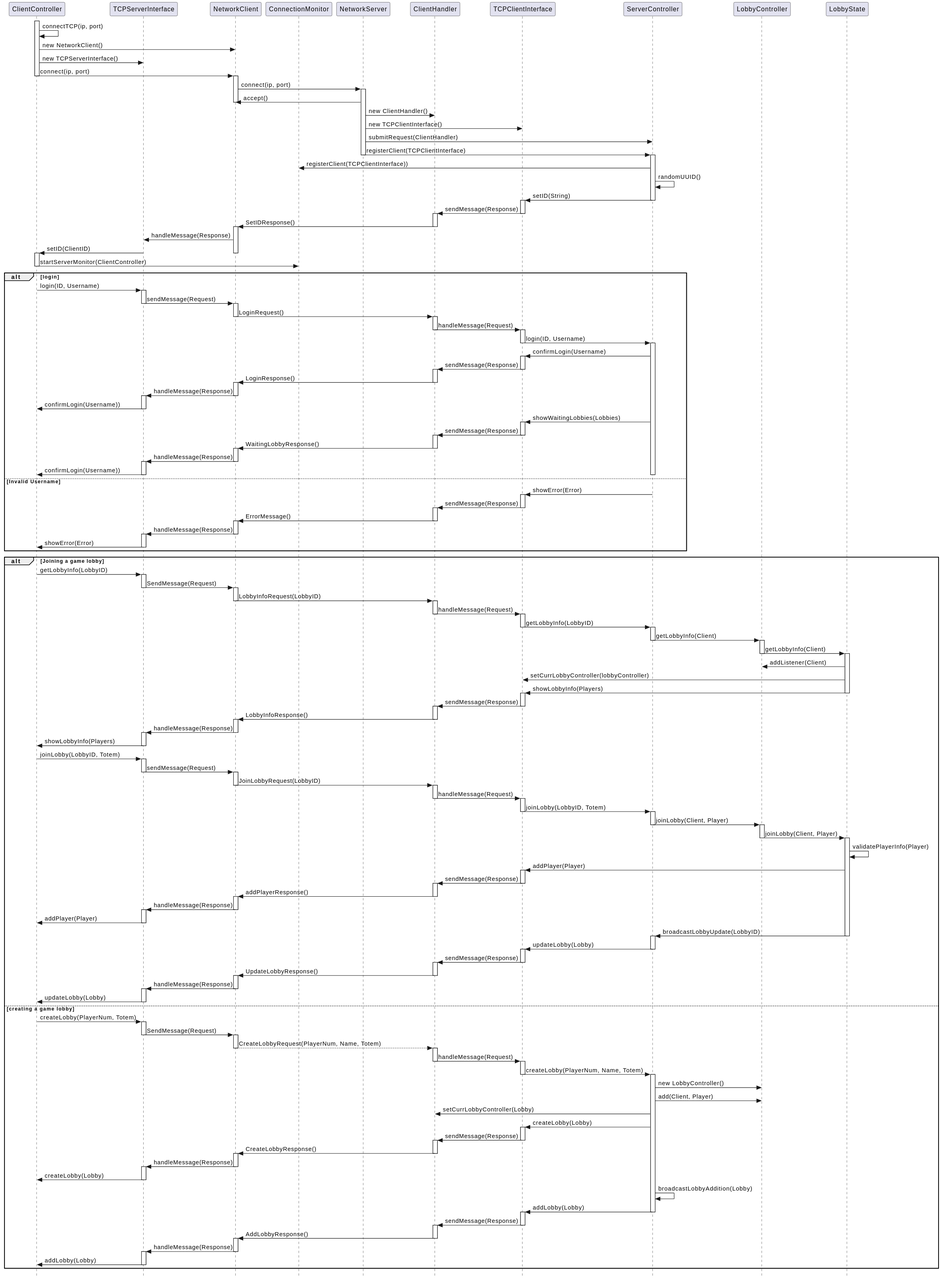
Above: Mesos/deliverables/final/uml/game_access_tcp.svg in Teiyo22/ing-sw-2026-hu-hu-jin-jin (PlantUML), before the change. Source of this version:
```plantuml
@startuml
skinparam style strictuml

participant ClientController
participant TCPServerInterface
participant NetworkClient
participant ConnectionMonitor
participant NetworkServer
participant ClientHandler
participant TCPClientInterface
participant ServerController
participant LobbyController
participant LobbyState

activate ClientController
ClientController -> ClientController : connectTCP(ip, port)

ClientController -> NetworkClient : new NetworkClient()
ClientController-> TCPServerInterface : new TCPServerInterface()

ClientController -> NetworkClient : connect(ip, port)
deactivate ClientController

activate NetworkClient
NetworkClient -> NetworkServer : connect(ip, port)
activate NetworkServer
NetworkServer -> NetworkClient : accept()
deactivate NetworkClient

NetworkServer -> ClientHandler : new ClientHandler()
NetworkServer -> TCPClientInterface : new TCPClientInterface()
NetworkServer -> ServerController : submitRequest(ClientHandler)
NetworkServer -> ServerController : registerClient(TCPClientInterface)
deactivate NetworkServer

activate ServerController
ServerController -> ConnectionMonitor: registerClient(TCPClientInterface))
ServerController -> ServerController: randomUUID()
ServerController -> TCPClientInterface: setID(String)
deactivate ServerController

activate TCPClientInterface
TCPClientInterface -> ClientHandler : sendMessage(Response)
deactivate TCPClientInterface

activate ClientHandler
ClientHandler -> NetworkClient : SetIDResponse()
deactivate ClientHandler

activate NetworkClient
NetworkClient -> TCPServerInterface: handleMessage(Response)
TCPServerInterface -> ClientController : setID(ClientID)
deactivate NetworkClient

activate ClientController
ClientController -> ConnectionMonitor: startServerMonitor(ClientController)
deactivate ClientController


alt login
ClientController -> TCPServerInterface: login(ID, Username)

activate TCPServerInterface
TCPServerInterface -> NetworkClient: sendMessage(Request)
deactivate TCPServerInterface

activate NetworkClient
NetworkClient -> ClientHandler: LoginRequest()
deactivate NetworkClient

activate ClientHandler
ClientHandler -> TCPClientInterface: handleMessage(Request)
deactivate ClientHandler

activate TCPClientInterface
TCPClientInterface -> ServerController : login(ID, Username)
deactivate TCPClientInterface

activate ServerController
ServerController -> TCPClientInterface: confirmLogin(Username)

activate TCPClientInterface
TCPClientInterface -> ClientHandler: sendMessage(Response)
deactivate TCPClientInterface

activate ClientHandler
ClientHandler -> NetworkClient: LoginResponse()
deactivate ClientHandler

activate NetworkClient
NetworkClient -> TCPServerInterface: handleMessage(Response)
deactivate NetworkClient

activate TCPServerInterface
TCPServerInterface -> ClientController: confirmLogin(Username))
deactivate TCPServerInterface

ServerController -> TCPClientInterface: showWaitingLobbies(Lobbies)

activate TCPClientInterface
TCPClientInterface -> ClientHandler: sendMessage(Response)
deactivate TCPClientInterface

activate ClientHandler
ClientHandler -> NetworkClient: WaitingLobbyResponse()
deactivate ClientHandler

activate NetworkClient
NetworkClient -> TCPServerInterface: handleMessage(Response)
deactivate NetworkClient

activate TCPServerInterface
TCPServerInterface -> ClientController: confirmLogin(Username))
deactivate TCPServerInterface

deactivate ServerController

else Invalid Username

ServerController -> TCPClientInterface: showError(Error)

activate TCPClientInterface
TCPClientInterface -> ClientHandler: sendMessage(Response)
deactivate TCPClientInterface

activate ClientHandler
ClientHandler -> NetworkClient: ErrorMessage()
deactivate ClientHandler

activate NetworkClient
NetworkClient -> TCPServerInterface: handleMessage(Response)
deactivate NetworkClient

activate TCPServerInterface
TCPServerInterface -> ClientController: showError(Error)
deactivate TCPServerInterface
end

alt Joining a game lobby
    ClientController -> TCPServerInterface : getLobbyInfo(LobbyID)

    activate TCPServerInterface
    TCPServerInterface -> NetworkClient : SendMessage(Request)
    deactivate TCPServerInterface

    activate NetworkClient
    NetworkClient -> ClientHandler : LobbyInfoRequest(LobbyID)
    deactivate NetworkClient

    activate ClientHandler
    ClientHandler -> TCPClientInterface : handleMessage(Request)
    deactivate ClientHandler

    activate TCPClientInterface
    TCPClientInterface -> ServerController : getLobbyInfo(LobbyID)
    deactivate TCPClientInterface

    activate ServerController
    ServerController -> LobbyController: getLobbyInfo(Client)
    deactivate ServerController

    activate LobbyController
    LobbyController -> LobbyState: getLobbyInfo(Client)
    deactivate LobbyController

    activate LobbyState
    LobbyState -> LobbyController : addListener(Client)
    LobbyState -> TCPClientInterface: setCurrLobbyController(lobbyController)
    LobbyState -> TCPClientInterface: showLobbyInfo(Players)
    deactivate LobbyState

    activate TCPClientInterface
    TCPClientInterface -> ClientHandler: sendMessage(Response)
    deactivate TCPClientInterface

    activate ClientHandler
    ClientHandler -> NetworkClient: LobbyInfoResponse()
    deactivate ClientHandler

    activate NetworkClient
    NetworkClient -> TCPServerInterface: handleMessage(Response)
    deactivate NetworkClient

    activate TCPServerInterface
    TCPServerInterface -> ClientController: showLobbyInfo(Players)
    deactivate TCPServerInterface


    ClientController -> TCPServerInterface : joinLobby(LobbyID, Totem)

    activate TCPServerInterface
    TCPServerInterface -> NetworkClient : sendMessage(Request)
    deactivate TCPServerInterface

    activate NetworkClient
    NetworkClient -> ClientHandler : JoinLobbyRequest(LobbyID)
    deactivate NetworkClient

    activate ClientHandler
    ClientHandler -> TCPClientInterface : handleMessage(Request)
    deactivate ClientHandler

    activate TCPClientInterface
    TCPClientInterface -> ServerController : joinLobby(LobbyID, Totem)
    deactivate TCPClientInterface

    activate ServerController
    ServerController -> LobbyController: joinLobby(Client, Player)
    deactivate ServerController

    activate LobbyController
    LobbyController -> LobbyState: joinLobby(Client, Player)
    deactivate LobbyController

    activate LobbyState
    LobbyState -> LobbyState : validatePlayerInfo(Player)
    LobbyState -> TCPClientInterface: addPlayer(Player)

    activate TCPClientInterface
    TCPClientInterface -> ClientHandler: sendMessage(Response)
    deactivate TCPClientInterface

    activate ClientHandler
    ClientHandler -> NetworkClient: addPlayerResponse()
    deactivate ClientHandler

    activate NetworkClient
    NetworkClient -> TCPServerInterface: handleMessage(Response)
    deactivate NetworkClient

    activate TCPServerInterface
    TCPServerInterface -> ClientController: addPlayer(Player)
    deactivate TCPServerInterface

    LobbyState -> ServerController: broadcastLobbyUpdate(LobbyID)
    deactivate LobbyState

    activate ServerController
    ServerController -> TCPClientInterface: updateLobby(Lobby)
    deactivate ServerController

    activate TCPClientInterface
    TCPClientInterface -> ClientHandler: sendMessage(Response)
    deactivate TCPClientInterface

    activate ClientHandler
    ClientHandler -> NetworkClient: UpdateLobbyResponse()
    deactivate ClientHandler

    activate NetworkClient
    NetworkClient -> TCPServerInterface: handleMessage(Response)
    deactivate NetworkClient

    activate TCPServerInterface
    TCPServerInterface -> ClientController: updateLobby(Lobby)
    deactivate TCPServerInterface

else creating a game lobby
    ClientController -> TCPServerInterface : createLobby(PlayerNum, Totem)

    activate TCPServerInterface
    TCPServerInterface -> NetworkClient : SendMessage(Request)
    deactivate TCPServerInterface

    activate NetworkClient
    NetworkClient --> ClientHandler : CreateLobbyRequest(PlayerNum, Name, Totem)
    deactivate NetworkClient

    activate ClientHandler
    ClientHandler -> TCPClientInterface : handleMessage(Request)
    deactivate ClientHandler

    activate TCPClientInterface
    TCPClientInterface -> ServerController : createLobby(PlayerNum, Name, Totem)
    deactivate TCPClientInterface

    activate ServerController
    ServerController -> LobbyController: new LobbyController()
    ServerController -> LobbyController: add(Client, Player)
    ServerController -> ClientHandler: setCurrLobbyController(Lobby)
    ServerController -> TCPClientInterface: createLobby(Lobby)

    activate TCPClientInterface
    TCPClientInterface -> ClientHandler: sendMessage(Response)
    deactivate TCPClientInterface

    activate ClientHandler
    ClientHandler -> NetworkClient: CreateLobbyResponse()
    deactivate ClientHandler

    activate NetworkClient
    NetworkClient -> TCPServerInterface: handleMessage(Response)
    deactivate NetworkClient

    activate TCPServerInterface
    TCPServerInterface -> ClientController: createLobby(Lobby)
    deactivate TCPServerInterface

    ServerController -> ServerController : broadcastLobbyAddition(Lobby)
    ServerController -> TCPClientInterface : addLobby(Lobby)
    deactivate ServerController

    activate TCPClientInterface
    TCPClientInterface -> ClientHandler: sendMessage(Response)
    deactivate TCPClientInterface

    activate ClientHandler
    ClientHandler -> NetworkClient: AddLobbyResponse()
    deactivate ClientHandler

    activate NetworkClient
    NetworkClient -> TCPServerInterface: handleMessage(Response)
    deactivate NetworkClient

    activate TCPServerInterface
    TCPServerInterface -> ClientController: addLobby(Lobby)
    deactivate TCPServerInterface
end
@enduml
```
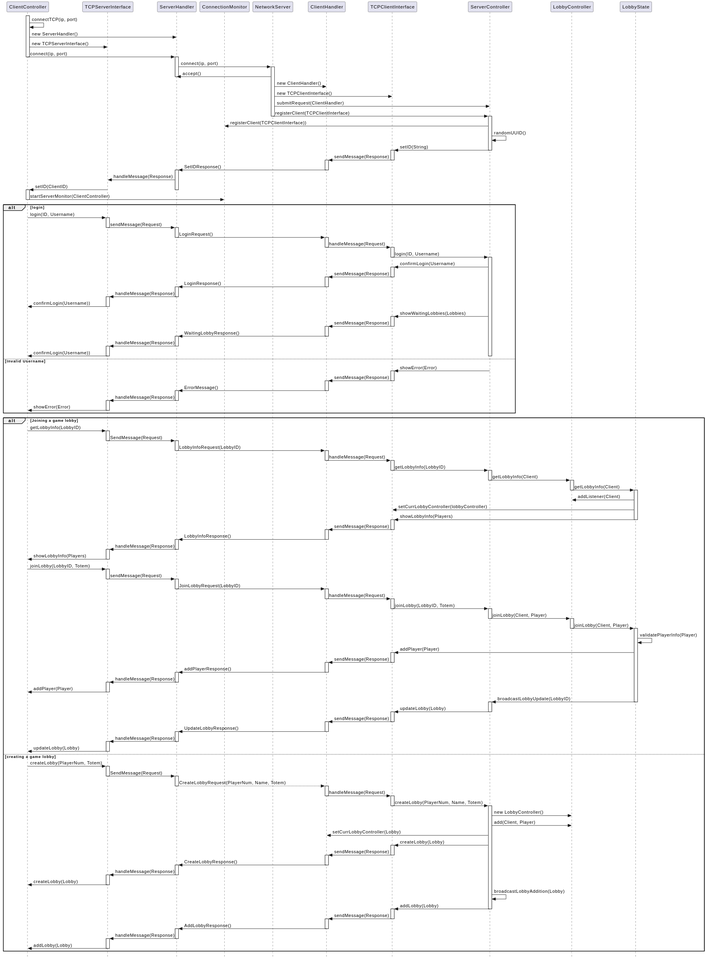
The same file after the commit.

Diff of the diagram source:
```diff
@@ -3,7 +3,7 @@
 
 participant ClientController
 participant TCPServerInterface
-participant NetworkClient
+participant ServerHandler
 participant ConnectionMonitor
 participant NetworkServer
 participant ClientHandler
@@ -15,17 +15,17 @@
 activate ClientController
 ClientController -> ClientController : connectTCP(ip, port)
 
-ClientController -> NetworkClient : new NetworkClient()
+ClientController -> ServerHandler : new ServerHandler()
 ClientController-> TCPServerInterface : new TCPServerInterface()
 
-ClientController -> NetworkClient : connect(ip, port)
+ClientController -> ServerHandler : connect(ip, port)
 deactivate ClientController
 
-activate NetworkClient
-NetworkClient -> NetworkServer : connect(ip, port)
+activate ServerHandler
+ServerHandler -> NetworkServer : connect(ip, port)
 activate NetworkServer
-NetworkServer -> NetworkClient : accept()
-deactivate NetworkClient
+NetworkServer -> ServerHandler : accept()
+deactivate ServerHandler
 
 NetworkServer -> ClientHandler : new ClientHandler()
 NetworkServer -> TCPClientInterface : new TCPClientInterface()
@@ -44,13 +44,13 @@
 deactivate TCPClientInterface
 
 activate ClientHandler
-ClientHandler -> NetworkClient : SetIDResponse()
+ClientHandler -> ServerHandler : SetIDResponse()
 deactivate ClientHandler
 
-activate NetworkClient
-NetworkClient -> TCPServerInterface: handleMessage(Response)
+activate ServerHandler
+ServerHandler -> TCPServerInterface: handleMessage(Response)
 TCPServerInterface -> ClientController : setID(ClientID)
-deactivate NetworkClient
+deactivate ServerHandler
 
 activate ClientController
 ClientController -> ConnectionMonitor: startServerMonitor(ClientController)
@@ -61,12 +61,12 @@
 ClientController -> TCPServerInterface: login(ID, Username)
 
 activate TCPServerInterface
-TCPServerInterface -> NetworkClient: sendMessage(Request)
+TCPServerInterface -> ServerHandler: sendMessage(Request)
 deactivate TCPServerInterface
 
-activate NetworkClient
-NetworkClient -> ClientHandler: LoginRequest()
-deactivate NetworkClient
+activate ServerHandler
+ServerHandler -> ClientHandler: LoginRequest()
+deactivate ServerHandler
 
 activate ClientHandler
 ClientHandler -> TCPClientInterface: handleMessage(Request)
@@ -84,12 +84,12 @@
 deactivate TCPClientInterface
 
 activate ClientHandler
-ClientHandler -> NetworkClient: LoginResponse()
+ClientHandler -> ServerHandler: LoginResponse()
 deactivate ClientHandler
 
-activate NetworkClient
-NetworkClient -> TCPServerInterface: handleMessage(Response)
-deactivate NetworkClient
+activate ServerHandler
+ServerHandler -> TCPServerInterface: handleMessage(Response)
+deactivate ServerHandler
 
 activate TCPServerInterface
 TCPServerInterface -> ClientController: confirmLogin(Username))
@@ -102,12 +102,12 @@
 deactivate TCPClientInterface
 
 activate ClientHandler
-ClientHandler -> NetworkClient: WaitingLobbyResponse()
+ClientHandler -> ServerHandler: WaitingLobbyResponse()
 deactivate ClientHandler
 
-activate NetworkClient
-NetworkClient -> TCPServerInterface: handleMessage(Response)
-deactivate NetworkClient
+activate ServerHandler
+ServerHandler -> TCPServerInterface: handleMessage(Response)
+deactivate ServerHandler
 
 activate TCPServerInterface
 TCPServerInterface -> ClientController: confirmLogin(Username))
@@ -124,12 +124,12 @@
 deactivate TCPClientInterface
 
 activate ClientHandler
-ClientHandler -> NetworkClient: ErrorMessage()
+ClientHandler -> ServerHandler: ErrorMessage()
 deactivate ClientHandler
 
-activate NetworkClient
-NetworkClient -> TCPServerInterface: handleMessage(Response)
-deactivate NetworkClient
+activate ServerHandler
+ServerHandler -> TCPServerInterface: handleMessage(Response)
+deactivate ServerHandler
 
 activate TCPServerInterface
 TCPServerInterface -> ClientController: showError(Error)
@@ -140,12 +140,12 @@
     ClientController -> TCPServerInterface : getLobbyInfo(LobbyID)
 
     activate TCPServerInterface
-    TCPServerInterface -> NetworkClient : SendMessage(Request)
+    TCPServerInterface -> ServerHandler : SendMessage(Request)
     deactivate TCPServerInterface
 
-    activate NetworkClient
-    NetworkClient -> ClientHandler : LobbyInfoRequest(LobbyID)
-    deactivate NetworkClient
+    activate ServerHandler
+    ServerHandler -> ClientHandler : LobbyInfoRequest(LobbyID)
+    deactivate ServerHandler
 
     activate ClientHandler
     ClientHandler -> TCPClientInterface : handleMessage(Request)
@@ -174,12 +174,12 @@
     deactivate TCPClientInterface
 
     activate ClientHandler
-    ClientHandler -> NetworkClient: LobbyInfoResponse()
+    ClientHandler -> ServerHandler: LobbyInfoResponse()
     deactivate ClientHandler
 
-    activate NetworkClient
-    NetworkClient -> TCPServerInterface: handleMessage(Response)
-    deactivate NetworkClient
+    activate ServerHandler
+    ServerHandler -> TCPServerInterface: handleMessage(Response)
+    deactivate ServerHandler
 
     activate TCPServerInterface
     TCPServerInterface -> ClientController: showLobbyInfo(Players)
@@ -189,12 +189,12 @@
     ClientController -> TCPServerInterface : joinLobby(LobbyID, Totem)
 
     activate TCPServerInterface
-    TCPServerInterface -> NetworkClient : sendMessage(Request)
+    TCPServerInterface -> ServerHandler : sendMessage(Request)
     deactivate TCPServerInterface
 
-    activate NetworkClient
-    NetworkClient -> ClientHandler : JoinLobbyRequest(LobbyID)
-    deactivate NetworkClient
+    activate ServerHandler
+    ServerHandler -> ClientHandler : JoinLobbyRequest(LobbyID)
+    deactivate ServerHandler
 
     activate ClientHandler
     ClientHandler -> TCPClientInterface : handleMessage(Request)
@@ -221,12 +221,12 @@
     deactivate TCPClientInterface
 
     activate ClientHandler
-    ClientHandler -> NetworkClient: addPlayerResponse()
+    ClientHandler -> ServerHandler: addPlayerResponse()
     deactivate ClientHandler
 
-    activate NetworkClient
-    NetworkClient -> TCPServerInterface: handleMessage(Response)
-    deactivate NetworkClient
+    activate ServerHandler
+    ServerHandler -> TCPServerInterface: handleMessage(Response)
+    deactivate ServerHandler
 
     activate TCPServerInterface
     TCPServerInterface -> ClientController: addPlayer(Player)
@@ -244,12 +244,12 @@
     deactivate TCPClientInterface
 
     activate ClientHandler
-    ClientHandler -> NetworkClient: UpdateLobbyResponse()
+    ClientHandler -> ServerHandler: UpdateLobbyResponse()
     deactivate ClientHandler
 
-    activate NetworkClient
-    NetworkClient -> TCPServerInterface: handleMessage(Response)
-    deactivate NetworkClient
+    activate ServerHandler
+    ServerHandler -> TCPServerInterface: handleMessage(Response)
+    deactivate ServerHandler
 
     activate TCPServerInterface
     TCPServerInterface -> ClientController: updateLobby(Lobby)
@@ -259,12 +259,12 @@
     ClientController -> TCPServerInterface : createLobby(PlayerNum, Totem)
 
     activate TCPServerInterface
-    TCPServerInterface -> NetworkClient : SendMessage(Request)
+    TCPServerInterface -> ServerHandler : SendMessage(Request)
     deactivate TCPServerInterface
 
-    activate NetworkClient
-    NetworkClient --> ClientHandler : CreateLobbyRequest(PlayerNum, Name, Totem)
-    deactivate NetworkClient
+    activate ServerHandler
+    ServerHandler --> ClientHandler : CreateLobbyRequest(PlayerNum, Name, Totem)
+    deactivate ServerHandler
 
     activate ClientHandler
     ClientHandler -> TCPClientInterface : handleMessage(Request)
@@ -285,12 +285,12 @@
     deactivate TCPClientInterface
 
     activate ClientHandler
-    ClientHandler -> NetworkClient: CreateLobbyResponse()
+    ClientHandler -> ServerHandler: CreateLobbyResponse()
     deactivate ClientHandler
 
-    activate NetworkClient
-    NetworkClient -> TCPServerInterface: handleMessage(Response)
-    deactivate NetworkClient
+    activate ServerHandler
+    ServerHandler -> TCPServerInterface: handleMessage(Response)
+    deactivate ServerHandler
 
     activate TCPServerInterface
     TCPServerInterface -> ClientController: createLobby(Lobby)
@@ -305,12 +305,12 @@
     deactivate TCPClientInterface
 
     activate ClientHandler
-    ClientHandler -> NetworkClient: AddLobbyResponse()
+    ClientHandler -> ServerHandler: AddLobbyResponse()
     deactivate ClientHandler
 
-    activate NetworkClient
-    NetworkClient -> TCPServerInterface: handleMessage(Response)
-    deactivate NetworkClient
+    activate ServerHandler
+    ServerHandler -> TCPServerInterface: handleMessage(Response)
+    deactivate ServerHandler
 
     activate TCPServerInterface
     TCPServerInterface -> ClientController: addLobby(Lobby)
```
